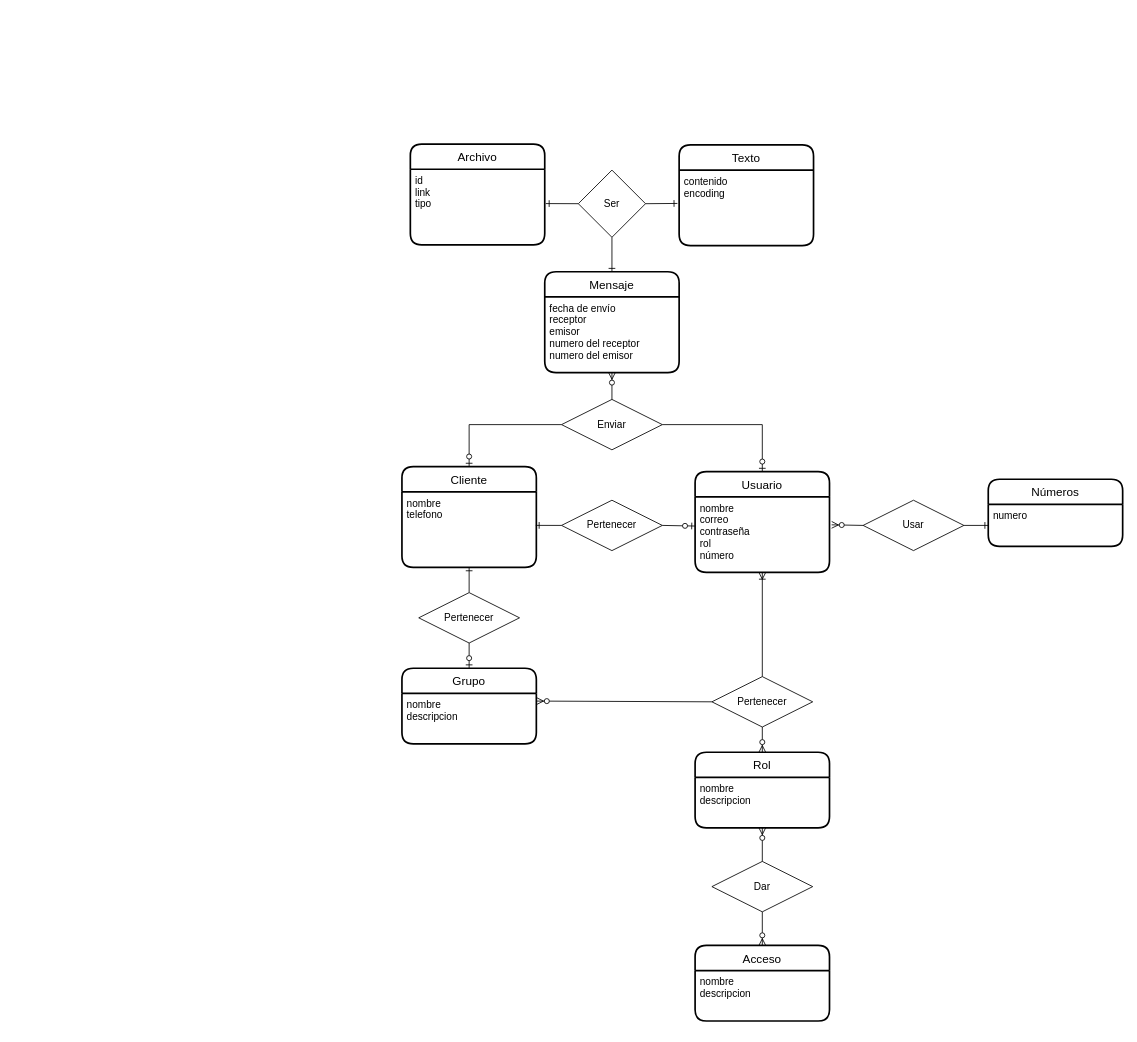
Before: ER-MODEL.drawio in eivaremir/zm-crm, a draw.io diagram. Source tidied: cells renumbered, new cells numbered last; positions are measured from the earlier drawing's top-left corner, leaving out a move shared by most shapes. Both pictures are drawn from the tidied source at 84%, with x=0, y=0 at pixel (402, 144).
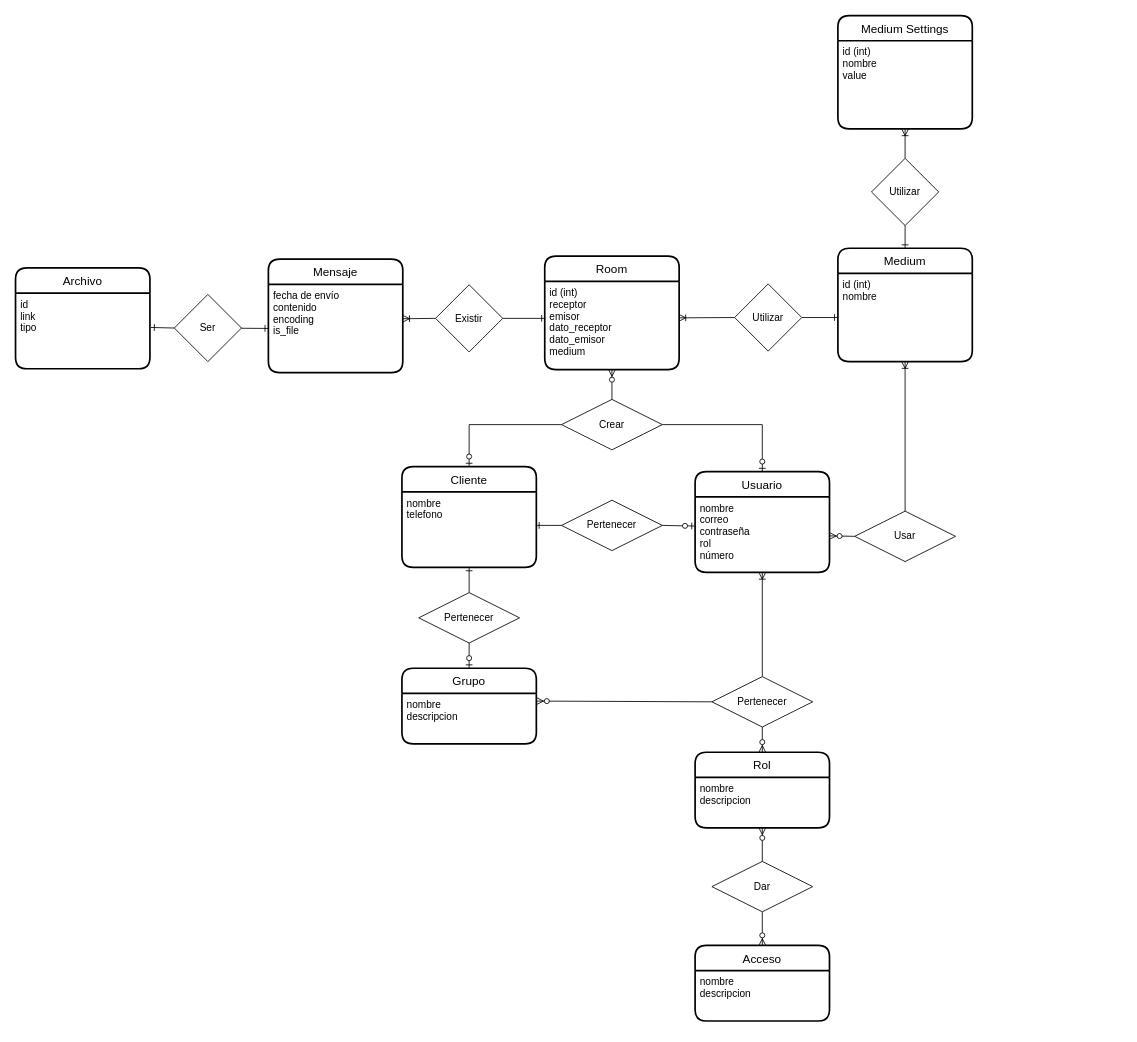
The same page after the edit.

Unchanged cells that the change refers to:
```xml
<mxCell id="7" value="nombre&#10;correo&#10;contraseña&#10;rol&#10;número" style="align=left;strokeColor=none;fillColor=none;spacingLeft=4;fontSize=12;verticalAlign=top;" parent="6" vertex="1">
  <mxGeometry y="30" width="160" height="90" as="geometry" />
</mxCell>
```

The edit, as a diff of the source:
```diff
@@
     <mxCell id="29" value="Mensaje" style="swimlane;horizontal=1;startSize=30;rounded=1;fontSize=14;fontStyle=0;strokeWidth=2;shadow=0;dashed=0;align=center;" parent="1" vertex="1">
-      <mxGeometry x="170" y="152" width="160" height="120" as="geometry" />
+      <mxGeometry x="-159" y="137" width="160" height="135" as="geometry" />
     </mxCell>
-    <mxCell id="30" value="fecha de envío&#10;receptor&#10;emisor&#10;numero del receptor&#10;numero del emisor" style="align=left;strokeColor=none;fillColor=none;spacingLeft=4;fontSize=12;verticalAlign=top;" parent="29" vertex="1">
-      <mxGeometry y="30" width="160" height="90" as="geometry" />
+    <mxCell id="30" value="fecha de envío&#10;contenido&#10;encoding&#10;is_file" style="align=left;strokeColor=none;fillColor=none;spacingLeft=4;fontSize=12;verticalAlign=top;" parent="29" vertex="1">
+      <mxGeometry y="30" width="160" height="105" as="geometry" />
     </mxCell>
     <mxCell id="31" value="Archivo" style="swimlane;horizontal=1;startSize=30;rounded=1;fontSize=14;fontStyle=0;strokeWidth=2;shadow=0;dashed=0;align=center;" parent="1" vertex="1">
-      <mxGeometry x="10" width="160" height="120" as="geometry" />
+      <mxGeometry x="-460" y="147.5" width="160" height="120" as="geometry" />
     </mxCell>
@@
-    <mxCell id="33" value="Texto" style="swimlane;horizontal=1;startSize=30;rounded=1;fontSize=14;fontStyle=0;strokeWidth=2;shadow=0;dashed=0;align=center;" parent="1" vertex="1">
-      <mxGeometry x="330" y="1" width="160" height="120" as="geometry" />
-    </mxCell>
-    <mxCell id="34" value="contenido&#10;encoding" style="align=left;strokeColor=none;fillColor=none;spacingLeft=4;fontSize=12;verticalAlign=top;" parent="33" vertex="1">
-      <mxGeometry y="30" width="160" height="90" as="geometry" />
-    </mxCell>
     <mxCell id="35" value="Ser" style="rhombus;whiteSpace=wrap;html=1;" parent="1" vertex="1">
-      <mxGeometry x="210" y="31" width="80" height="80" as="geometry" />
+      <mxGeometry x="-271" y="179" width="80" height="80" as="geometry" />
     </mxCell>
-    <mxCell id="36" value="Enviar" style="shape=rhombus;perimeter=rhombusPerimeter;whiteSpace=wrap;html=1;align=center;" parent="1" vertex="1">
+    <mxCell id="36" value="Crear" style="shape=rhombus;perimeter=rhombusPerimeter;whiteSpace=wrap;html=1;align=center;" parent="1" vertex="1">
       <mxGeometry x="190" y="304" width="120" height="60" as="geometry" />
     </mxCell>
@@
-    <mxCell id="39" style="endArrow=ERzeroToMany;html=1;rounded=0;endFill=1;entryX=0.5;entryY=1;entryDx=0;entryDy=0;exitX=0.5;exitY=0;exitDx=0;exitDy=0;edgeStyle=orthogonalEdgeStyle;" parent="1" edge="1" source="36" target="30">
+    <mxCell id="39" style="endArrow=ERzeroToMany;html=1;rounded=0;endFill=1;entryX=0.5;entryY=1;entryDx=0;entryDy=0;exitX=0.5;exitY=0;exitDx=0;exitDy=0;edgeStyle=orthogonalEdgeStyle;" parent="1" edge="1" source="36" target="54">
       <mxGeometry relative="1" as="geometry" />
     </mxCell>
@@
-    <mxCell id="41" style="endArrow=ERone;html=1;rounded=0;endFill=0;entryX=-0.013;entryY=0.441;entryDx=0;entryDy=0;exitX=1;exitY=0.5;exitDx=0;exitDy=0;entryPerimeter=0;" parent="1" edge="1" source="35" target="34">
-      <mxGeometry relative="1" as="geometry" />
-    </mxCell>
-    <mxCell id="42" style="endArrow=ERone;html=1;rounded=0;endFill=0;entryX=0.5;entryY=0;entryDx=0;entryDy=0;" parent="1" edge="1" source="35" target="29">
+    <mxCell id="42" style="endArrow=ERone;html=1;rounded=0;endFill=0;entryX=0;entryY=0.5;entryDx=0;entryDy=0;" parent="1" edge="1" source="35" target="30">
       <mxGeometry relative="1" as="geometry" />
     </mxCell>
-    <mxCell id="43" value="Números" style="swimlane;horizontal=1;startSize=30;rounded=1;fontSize=14;fontStyle=0;strokeWidth=2;shadow=0;dashed=0;align=center;" parent="1" vertex="1">
-      <mxGeometry x="698" y="399" width="160" height="80" as="geometry" />
-    </mxCell>
-    <mxCell id="44" value="numero&#10;" style="align=left;strokeColor=none;fillColor=none;spacingLeft=4;fontSize=12;verticalAlign=top;" parent="43" vertex="1">
-      <mxGeometry y="30" width="160" height="50" as="geometry" />
-    </mxCell>
-    <mxCell id="45" style="edgeStyle=orthogonalEdgeStyle;rounded=0;orthogonalLoop=1;jettySize=auto;html=1;exitX=0.5;exitY=1;exitDx=0;exitDy=0;" parent="43" edge="1" source="44" target="44">
-      <mxGeometry relative="1" as="geometry" />
-    </mxCell>
-    <mxCell id="46" style="endArrow=ERone;html=1;rounded=0;endFill=0;exitX=1;exitY=0.5;exitDx=0;exitDy=0;entryX=0;entryY=0.5;entryDx=0;entryDy=0;" parent="1" edge="1" source="47" target="44">
-      <mxGeometry relative="1" as="geometry" />
-    </mxCell>
     <mxCell id="47" value="Usar" style="shape=rhombus;perimeter=rhombusPerimeter;whiteSpace=wrap;html=1;align=center;" parent="1" vertex="1">
-      <mxGeometry x="549" y="424" width="120" height="60" as="geometry" />
+      <mxGeometry x="539" y="437" width="120" height="60" as="geometry" />
     </mxCell>
-    <mxCell id="48" style="endArrow=ERzeroToMany;html=1;rounded=0;exitX=0;exitY=0.5;exitDx=0;exitDy=0;entryX=1.016;entryY=0.37;entryDx=0;entryDy=0;endFill=1;entryPerimeter=0;" parent="1" edge="1" source="47" target="7">
+    <mxCell id="48" style="endArrow=ERzeroToMany;html=1;rounded=0;exitX=0;exitY=0.5;exitDx=0;exitDy=0;endFill=1;" parent="1" edge="1" source="47" target="7">
       <mxGeometry relative="1" as="geometry" />
     </mxCell>
+    <mxCell id="49" value="Medium" style="swimlane;horizontal=1;startSize=30;rounded=1;fontSize=14;fontStyle=0;strokeWidth=2;shadow=0;dashed=0;align=center;" parent="1" vertex="1">
+      <mxGeometry x="519" y="124" width="160" height="135" as="geometry" />
+    </mxCell>
+    <mxCell id="50" value="id (int)&#10;nombre" style="align=left;strokeColor=none;fillColor=none;spacingLeft=4;fontSize=12;verticalAlign=top;" parent="49" vertex="1">
+      <mxGeometry y="30" width="160" height="105" as="geometry" />
+    </mxCell>
+    <mxCell id="51" value="Utilizar" style="rhombus;whiteSpace=wrap;html=1;" parent="1" vertex="1">
+      <mxGeometry x="396" y="166.5" width="80" height="80" as="geometry" />
+    </mxCell>
+    <mxCell id="52" style="endArrow=ERone;html=1;rounded=0;endFill=0;entryX=0;entryY=0.5;entryDx=0;entryDy=0;exitX=1;exitY=0.5;exitDx=0;exitDy=0;" parent="1" edge="1" source="51" target="50">
+      <mxGeometry relative="1" as="geometry" />
+    </mxCell>
+    <mxCell id="53" value="Room" style="swimlane;horizontal=1;startSize=30;rounded=1;fontSize=14;fontStyle=0;strokeWidth=2;shadow=0;dashed=0;align=center;" parent="1" vertex="1">
+      <mxGeometry x="170" y="133.5" width="160" height="135" as="geometry" />
+    </mxCell>
+    <mxCell id="54" value="id (int)&#10;receptor&#10;emisor&#10;dato_receptor&#10;dato_emisor&#10;medium" style="align=left;strokeColor=none;fillColor=none;spacingLeft=4;fontSize=12;verticalAlign=top;" parent="53" vertex="1">
+      <mxGeometry y="30" width="160" height="105" as="geometry" />
+    </mxCell>
+    <mxCell id="55" value="Existir" style="rhombus;whiteSpace=wrap;html=1;" parent="1" vertex="1">
+      <mxGeometry x="40" y="167.5" width="80" height="80" as="geometry" />
+    </mxCell>
+    <mxCell id="56" style="endArrow=ERoneToMany;html=1;rounded=0;exitX=0;exitY=0.5;exitDx=0;exitDy=0;entryX=1;entryY=0.39;entryDx=0;entryDy=0;endFill=0;entryPerimeter=0;" parent="1" edge="1" source="55" target="30">
+      <mxGeometry relative="1" as="geometry" />
+    </mxCell>
+    <mxCell id="57" style="endArrow=ERone;html=1;rounded=0;endFill=0;exitX=1;exitY=0.5;exitDx=0;exitDy=0;entryX=0.002;entryY=0.419;entryDx=0;entryDy=0;entryPerimeter=0;" parent="1" edge="1" source="55" target="54">
+      <mxGeometry relative="1" as="geometry" />
+    </mxCell>
+    <mxCell id="58" style="endArrow=ERoneToMany;html=1;rounded=0;exitX=0;exitY=0.5;exitDx=0;exitDy=0;entryX=0.999;entryY=0.413;entryDx=0;entryDy=0;endFill=0;entryPerimeter=0;" parent="1" edge="1" source="51" target="54">
+      <mxGeometry relative="1" as="geometry" />
+    </mxCell>
+    <mxCell id="59" value="Medium Settings" style="swimlane;horizontal=1;startSize=30;rounded=1;fontSize=14;fontStyle=0;strokeWidth=2;shadow=0;dashed=0;align=center;" parent="1" vertex="1">
+      <mxGeometry x="519" y="-153" width="160" height="135" as="geometry" />
+    </mxCell>
+    <mxCell id="60" value="id (int)&#10;nombre&#10;value" style="align=left;strokeColor=none;fillColor=none;spacingLeft=4;fontSize=12;verticalAlign=top;" parent="59" vertex="1">
+      <mxGeometry y="30" width="160" height="105" as="geometry" />
+    </mxCell>
+    <mxCell id="61" value="Utilizar" style="rhombus;whiteSpace=wrap;html=1;" parent="1" vertex="1">
+      <mxGeometry x="559" y="17" width="80" height="80" as="geometry" />
+    </mxCell>
+    <mxCell id="62" style="endArrow=ERoneToMany;html=1;entryX=0.5;entryY=1;entryDx=0;entryDy=0;exitX=0.5;exitY=0;exitDx=0;exitDy=0;endFill=0;" parent="1" edge="1" source="61" target="59">
+      <mxGeometry relative="1" as="geometry" />
+    </mxCell>
+    <mxCell id="63" style="endArrow=none;html=1;entryX=0.5;entryY=1;entryDx=0;entryDy=0;exitX=0.5;exitY=0;exitDx=0;exitDy=0;startArrow=ERone;startFill=0;" parent="1" edge="1" source="49" target="61">
+      <mxGeometry relative="1" as="geometry" />
+    </mxCell>
+    <mxCell id="64" style="endArrow=ERoneToMany;html=1;rounded=0;exitX=0.5;exitY=0;exitDx=0;exitDy=0;entryX=0.5;entryY=1;entryDx=0;entryDy=0;endFill=0;" parent="1" edge="1" source="47" target="49">
+      <mxGeometry relative="1" as="geometry" />
+    </mxCell>
```
